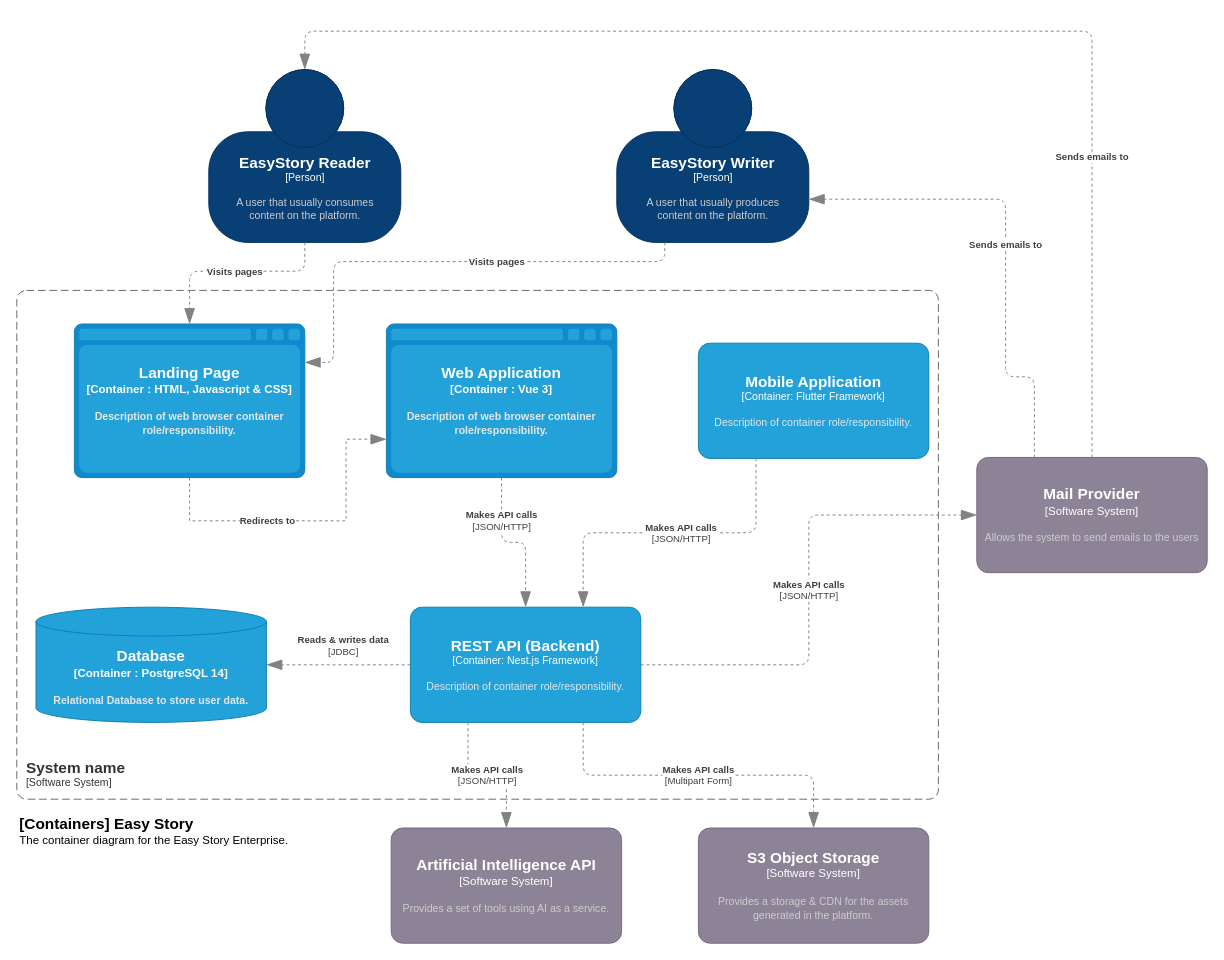
This is page "Container Level" (3 of 4) of software-architecture/Innova Solutions Software Architechture.drawio from Innova-Solutions-UPC/.github, a draw.io file, before an edit. Source tidied: cells renumbered, new cells numbered last; positions are measured from the earlier drawing's top-left corner, leaving out a move shared by most shapes. Both pictures are drawn from the tidied source at 96%, with x=0, y=0 at pixel (16, 31).
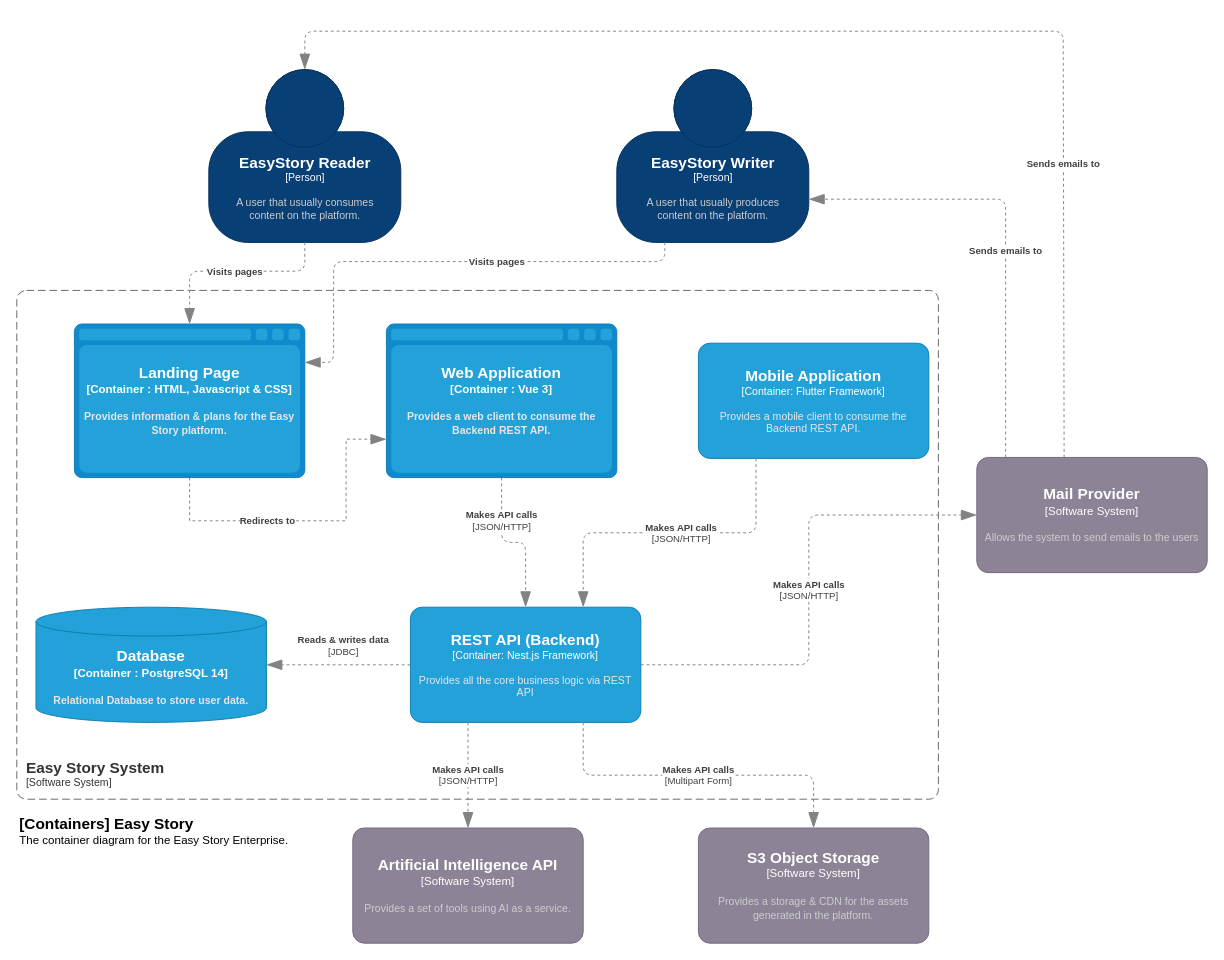
The same page after the edit.

The change refers to these unchanged cells:
```xml
<object id="9" label="&lt;font style=&quot;font-size: 16px&quot;&gt;&lt;b&gt;%c4Name%&lt;/b&gt;&lt;/font&gt;&lt;div&gt;[%c4Type%]&lt;/div&gt;&lt;br&gt;&lt;div&gt;&lt;font style=&quot;font-size: 11px&quot;&gt;&lt;font color=&quot;#cccccc&quot;&gt;%c4Description%&lt;/font&gt;&lt;/div&gt;" c4Description="A user that usually consumes&#10;content on the platform." c4Name="EasyStory Reader" c4Type="Person" placeholders="1">
  <mxCell style="html=1;fontSize=11;dashed=0;whitespace=wrap;fillColor=#083F75;strokeColor=#06315C;fontColor=#ffffff;shape=mxgraph.c4.person2;align=center;points=[[0.5,0,0],[1,0.5,0],[1,0.75,0],[0.75,1,0],[0.5,1,0],[0.25,1,0],[0,0.75,0],[0,0.5,0]];" parent="1" vertex="1">
    <mxGeometry x="200" y="40" width="200" height="180" as="geometry" />
  </mxCell>
</object>
<object id="10" label="&lt;font style=&quot;font-size: 16px&quot;&gt;&lt;b&gt;%c4Name%&lt;/b&gt;&lt;/font&gt;&lt;div&gt;[%c4Type%]&lt;/div&gt;&lt;br&gt;&lt;div&gt;&lt;font style=&quot;font-size: 11px&quot;&gt;&lt;font color=&quot;#cccccc&quot;&gt;%c4Description%&lt;/font&gt;&lt;/div&gt;" c4Description="A user that usually produces&#10;content on the platform." c4Name="EasyStory Writer" c4Type="Person" placeholders="1">
  <mxCell style="html=1;fontSize=11;dashed=0;whitespace=wrap;fillColor=#083F75;strokeColor=#06315C;fontColor=#ffffff;shape=mxgraph.c4.person2;align=center;points=[[0.5,0,0],[1,0.5,0],[1,0.75,0],[0.75,1,0],[0.5,1,0],[0.25,1,0],[0,0.75,0],[0,0.5,0]];" parent="1" vertex="1">
    <mxGeometry x="625" y="40" width="200" height="180" as="geometry" />
  </mxCell>
</object>
<object id="11" label="&lt;font style=&quot;font-size: 16px&quot;&gt;&lt;b&gt;%c4Name%&lt;/b&gt;&lt;/font&gt;&lt;div&gt;[%c4Type%]&lt;/div&gt;&lt;br&gt;&lt;div&gt;&lt;font style=&quot;font-size: 11px&quot;&gt;&lt;font color=&quot;#cccccc&quot;&gt;%c4Description%&lt;/font&gt;&lt;/div&gt;" c4Description="Allows the system to send emails to the users" c4Name="Mail Provider" c4Type="Software System" placeholders="1">
  <mxCell style="rounded=1;whiteSpace=wrap;html=1;labelBackgroundColor=none;fillColor=#8C8496;fontColor=#ffffff;align=center;arcSize=10;strokeColor=#736782;points=[[0.25,0,0],[0.5,0,0],[0.75,0,0],[1,0.25,0],[1,0.5,0],[1,0.75,0],[0.75,1,0],[0.5,1,0],[0.25,1,0],[0,0.75,0],[0,0.5,0],[0,0.25,0]];" parent="1" vertex="1">
    <mxGeometry x="1000" y="444" width="240" height="120" as="geometry" />
  </mxCell>
</object>
```

The edit, as a diff of the source:
```diff
@@
-    <object id="3" label="&lt;font style=&quot;font-size: 16px&quot;&gt;&lt;b&gt;&lt;div style=&quot;text-align: left&quot;&gt;%c4Name%&lt;/div&gt;&lt;/b&gt;&lt;/font&gt;&lt;div style=&quot;text-align: left&quot;&gt;[%c4Application%]&lt;/div&gt;" c4Application="Software System" c4Name="System name" placeholders="1">
+    <object id="3" label="&lt;font style=&quot;font-size: 16px&quot;&gt;&lt;b&gt;&lt;div style=&quot;text-align: left&quot;&gt;%c4Name%&lt;/div&gt;&lt;/b&gt;&lt;/font&gt;&lt;div style=&quot;text-align: left&quot;&gt;[%c4Application%]&lt;/div&gt;" c4Application="Software System" c4Name="Easy Story System" placeholders="1">
       <mxCell style="rounded=1;fontSize=11;whiteSpace=wrap;html=1;dashed=1;arcSize=20;fillColor=none;strokeColor=#666666;fontColor=#333333;labelBackgroundColor=none;align=left;verticalAlign=bottom;labelBorderColor=none;spacingTop=0;spacing=10;dashPattern=8 4;perimeter=rectanglePerimeter;noLabel=0;labelPadding=0;absoluteArcSize=1;" parent="1" vertex="1">
         <mxGeometry y="270" width="960" height="530" as="geometry" />
       </mxCell>
     </object>
@@
-    <object id="5" label="&lt;font style=&quot;font-size: 16px&quot;&gt;&lt;b&gt;%c4Type%&lt;/font&gt;&lt;div&gt;[%c4Container%:&amp;nbsp;%c4Technology%]&lt;/div&gt;&lt;br&gt;&lt;div&gt;&lt;font style=&quot;font-size: 11px&quot;&gt;&lt;font color=&quot;#E6E6E6&quot;&gt;%c4Description%&lt;/font&gt;&lt;/div&gt;" c4Container="Container " c4Description="Description of web browser container role/responsibility." c4Technology="Vue 3" c4Type="Web Application" placeholders="1">
+    <object id="5" label="&lt;font style=&quot;font-size: 16px&quot;&gt;&lt;b&gt;%c4Type%&lt;/font&gt;&lt;div&gt;[%c4Container%:&amp;nbsp;%c4Technology%]&lt;/div&gt;&lt;br&gt;&lt;div&gt;&lt;font style=&quot;font-size: 11px&quot;&gt;&lt;font color=&quot;#E6E6E6&quot;&gt;%c4Description%&lt;/font&gt;&lt;/div&gt;" c4Container="Container " c4Description="Provides a web client to consume the Backend REST API." c4Technology="Vue 3" c4Type="Web Application" placeholders="1">
       <mxCell style="shape=mxgraph.c4.webBrowserContainer2;whiteSpace=wrap;html=1;boundedLbl=1;rounded=0;labelBackgroundColor=none;strokeColor=#118ACD;fillColor=#23A2D9;strokeColor=#118ACD;strokeColor2=#0E7DAD;fontSize=12;fontColor=#ffffff;align=center;points=[[0.5,0,0],[1,0.25,0],[1,0.5,0],[1,0.75,0],[0.5,1,0],[0,0.75,0],[0,0.5,0],[0,0.25,0]];" parent="1" vertex="1">
         <mxGeometry x="385" y="305" width="240" height="160" as="geometry" />
       </mxCell>
     </object>
-    <object id="6" label="&lt;font style=&quot;font-size: 16px&quot;&gt;&lt;b&gt;%c4Type%&lt;/font&gt;&lt;div&gt;[%c4Container%:&amp;nbsp;%c4Technology%]&lt;/div&gt;&lt;br&gt;&lt;div&gt;&lt;font style=&quot;font-size: 11px&quot;&gt;&lt;font color=&quot;#E6E6E6&quot;&gt;%c4Description%&lt;/font&gt;&lt;/div&gt;" c4Container="Container " c4Description="Description of web browser container role/responsibility." c4Technology="HTML, Javascript &amp; CSS" c4Type="Landing Page" placeholders="1">
+    <object id="6" label="&lt;font style=&quot;font-size: 16px&quot;&gt;&lt;b&gt;%c4Type%&lt;/font&gt;&lt;div&gt;[%c4Container%:&amp;nbsp;%c4Technology%]&lt;/div&gt;&lt;br&gt;&lt;div&gt;&lt;font style=&quot;font-size: 11px&quot;&gt;&lt;font color=&quot;#E6E6E6&quot;&gt;%c4Description%&lt;/font&gt;&lt;/div&gt;" c4Container="Container " c4Description="Provides information &amp; plans for the Easy Story platform." c4Technology="HTML, Javascript &amp; CSS" c4Type="Landing Page" placeholders="1">
       <mxCell style="shape=mxgraph.c4.webBrowserContainer2;whiteSpace=wrap;html=1;boundedLbl=1;rounded=0;labelBackgroundColor=none;strokeColor=#118ACD;fillColor=#23A2D9;strokeColor=#118ACD;strokeColor2=#0E7DAD;fontSize=12;fontColor=#ffffff;align=center;points=[[0.5,0,0],[1,0.25,0],[1,0.5,0],[1,0.75,0],[0.5,1,0],[0,0.75,0],[0,0.5,0],[0,0.25,0]];" parent="1" vertex="1">
         <mxGeometry x="60" y="305" width="240" height="160" as="geometry" />
       </mxCell>
     </object>
-    <object id="7" label="&lt;font style=&quot;font-size: 16px&quot;&gt;&lt;b&gt;%c4Name%&lt;/b&gt;&lt;/font&gt;&lt;div&gt;[%c4Type%: %c4Technology%]&lt;/div&gt;&lt;br&gt;&lt;div&gt;&lt;font style=&quot;font-size: 11px&quot;&gt;&lt;font color=&quot;#E6E6E6&quot;&gt;%c4Description%&lt;/font&gt;&lt;/div&gt;" c4Description="Description of container role/responsibility." c4Name="Mobile Application" c4Technology="Flutter Framework" c4Type="Container" placeholders="1">
+    <object id="7" label="&lt;font style=&quot;font-size: 16px&quot;&gt;&lt;b&gt;%c4Name%&lt;/b&gt;&lt;/font&gt;&lt;div&gt;[%c4Type%: %c4Technology%]&lt;/div&gt;&lt;br&gt;&lt;div&gt;&lt;font style=&quot;font-size: 11px&quot;&gt;&lt;font color=&quot;#E6E6E6&quot;&gt;%c4Description%&lt;/font&gt;&lt;/div&gt;" c4Description="Provides a mobile client to consume the Backend REST API." c4Name="Mobile Application" c4Technology="Flutter Framework" c4Type="Container" placeholders="1">
       <mxCell style="rounded=1;whiteSpace=wrap;html=1;fontSize=11;labelBackgroundColor=none;fillColor=#23A2D9;fontColor=#ffffff;align=center;arcSize=10;strokeColor=#0E7DAD;points=[[0.25,0,0],[0.5,0,0],[0.75,0,0],[1,0.25,0],[1,0.5,0],[1,0.75,0],[0.75,1,0],[0.5,1,0],[0.25,1,0],[0,0.75,0],[0,0.5,0],[0,0.25,0]];" parent="1" vertex="1">
         <mxGeometry x="710" y="325" width="240" height="120" as="geometry" />
       </mxCell>
     </object>
-    <object id="8" label="&lt;font style=&quot;font-size: 16px&quot;&gt;&lt;b&gt;%c4Name%&lt;/b&gt;&lt;/font&gt;&lt;div&gt;[%c4Type%: %c4Technology%]&lt;/div&gt;&lt;br&gt;&lt;div&gt;&lt;font style=&quot;font-size: 11px&quot;&gt;&lt;font color=&quot;#E6E6E6&quot;&gt;%c4Description%&lt;/font&gt;&lt;/div&gt;" c4Description="Description of container role/responsibility." c4Name="REST API (Backend)" c4Technology="Nest.js Framework" c4Type="Container" placeholders="1">
+    <object id="8" label="&lt;font style=&quot;font-size: 16px&quot;&gt;&lt;b&gt;%c4Name%&lt;/b&gt;&lt;/font&gt;&lt;div&gt;[%c4Type%: %c4Technology%]&lt;/div&gt;&lt;br&gt;&lt;div&gt;&lt;font style=&quot;font-size: 11px&quot;&gt;&lt;font color=&quot;#E6E6E6&quot;&gt;%c4Description%&lt;/font&gt;&lt;/div&gt;" c4Description="Provides all the core business logic via REST API" c4Name="REST API (Backend)" c4Technology="Nest.js Framework" c4Type="Container" placeholders="1">
       <mxCell style="rounded=1;whiteSpace=wrap;html=1;fontSize=11;labelBackgroundColor=none;fillColor=#23A2D9;fontColor=#ffffff;align=center;arcSize=10;strokeColor=#0E7DAD;points=[[0.25,0,0],[0.5,0,0],[0.75,0,0],[1,0.25,0],[1,0.5,0],[1,0.75,0],[0.75,1,0],[0.5,1,0],[0.25,1,0],[0,0.75,0],[0,0.5,0],[0,0.25,0]];" parent="1" vertex="1">
         <mxGeometry x="410" y="600" width="240" height="120" as="geometry" />
       </mxCell>
     </object>
@@
     <object id="13" label="&lt;font style=&quot;font-size: 16px&quot;&gt;&lt;b&gt;%c4Name%&lt;/b&gt;&lt;/font&gt;&lt;div&gt;[%c4Type%]&lt;/div&gt;&lt;br&gt;&lt;div&gt;&lt;font style=&quot;font-size: 11px&quot;&gt;&lt;font color=&quot;#cccccc&quot;&gt;%c4Description%&lt;/font&gt;&lt;/div&gt;" c4Description="Provides a set of tools using AI as a service." c4Name="Artificial Intelligence API" c4Type="Software System" placeholders="1">
       <mxCell style="rounded=1;whiteSpace=wrap;html=1;labelBackgroundColor=none;fillColor=#8C8496;fontColor=#ffffff;align=center;arcSize=10;strokeColor=#736782;points=[[0.25,0,0],[0.5,0,0],[0.75,0,0],[1,0.25,0],[1,0.5,0],[1,0.75,0],[0.75,1,0],[0.5,1,0],[0.25,1,0],[0,0.75,0],[0,0.5,0],[0,0.25,0]];" parent="1" vertex="1">
-        <mxGeometry x="390" y="830" width="240" height="120" as="geometry" />
+        <mxGeometry x="350" y="830" width="240" height="120" as="geometry" />
       </mxCell>
     </object>
@@
     <object id="22" label="&lt;div style=&quot;text-align: left&quot;&gt;&lt;div style=&quot;text-align: center&quot;&gt;&lt;b&gt;%c4Description%&lt;/b&gt;&lt;/div&gt;" c4Description="Sends emails to" placeholders="1">
-      <mxCell style="endArrow=blockThin;html=1;fontSize=10;fontColor=#404040;strokeWidth=1;endFill=1;strokeColor=#828282;elbow=vertical;endSize=14;startSize=14;jumpStyle=arc;jumpSize=16;rounded=1;edgeStyle=orthogonalEdgeStyle;dashed=1;exitX=0.25;exitY=0;exitDx=0;exitDy=0;exitPerimeter=0;entryX=1;entryY=0.75;entryDx=0;entryDy=0;entryPerimeter=0;" parent="1" edge="1" source="11" target="10">
-        <mxGeometry relative="1" as="geometry">
+      <mxCell style="endArrow=blockThin;html=1;fontSize=10;fontColor=#404040;strokeWidth=1;endFill=1;strokeColor=#828282;elbow=vertical;endSize=14;startSize=14;jumpStyle=arc;jumpSize=16;rounded=1;edgeStyle=orthogonalEdgeStyle;dashed=1;exitX=0.125;exitY=0.05;exitDx=0;exitDy=0;exitPerimeter=0;entryX=1;entryY=0.75;entryDx=0;entryDy=0;entryPerimeter=0;" parent="1" edge="1" source="11" target="10">
+        <mxGeometry x="-0.08" relative="1" as="geometry">
           <Array as="points">
-            <mxPoint x="1060" y="360" />
-            <mxPoint x="1030" y="360" />
             <mxPoint x="1030" y="175" />
           </Array>
         </mxGeometry>
       </mxCell>
     </object>
     <object id="23" label="&lt;div style=&quot;text-align: left&quot;&gt;&lt;div style=&quot;text-align: center&quot;&gt;&lt;b&gt;%c4Description%&lt;/b&gt;&lt;/div&gt;" c4Description="Sends emails to" placeholders="1">
-      <mxCell style="endArrow=blockThin;html=1;fontSize=10;fontColor=#404040;strokeWidth=1;endFill=1;strokeColor=#828282;elbow=vertical;endSize=14;startSize=14;jumpStyle=arc;jumpSize=16;rounded=1;edgeStyle=orthogonalEdgeStyle;dashed=1;exitX=0.5;exitY=0;exitDx=0;exitDy=0;exitPerimeter=0;entryX=0.5;entryY=0;entryDx=0;entryDy=0;entryPerimeter=0;" parent="1" edge="1" source="11" target="9">
+      <mxCell style="endArrow=blockThin;html=1;fontSize=10;fontColor=#404040;strokeWidth=1;endFill=1;strokeColor=#828282;elbow=vertical;endSize=14;startSize=14;jumpStyle=arc;jumpSize=16;rounded=1;edgeStyle=orthogonalEdgeStyle;dashed=1;exitX=0.379;exitY=0;exitDx=0;exitDy=0;exitPerimeter=0;entryX=0.5;entryY=0;entryDx=0;entryDy=0;entryPerimeter=0;" parent="1" edge="1" source="11" target="9">
         <mxGeometry x="-0.52" relative="1" as="geometry">
           <Array as="points">
-            <mxPoint x="1120" />
+            <mxPoint x="1090" />
             <mxPoint x="300" />
           </Array>
         </mxGeometry>
       </mxCell>
     </object>
```
